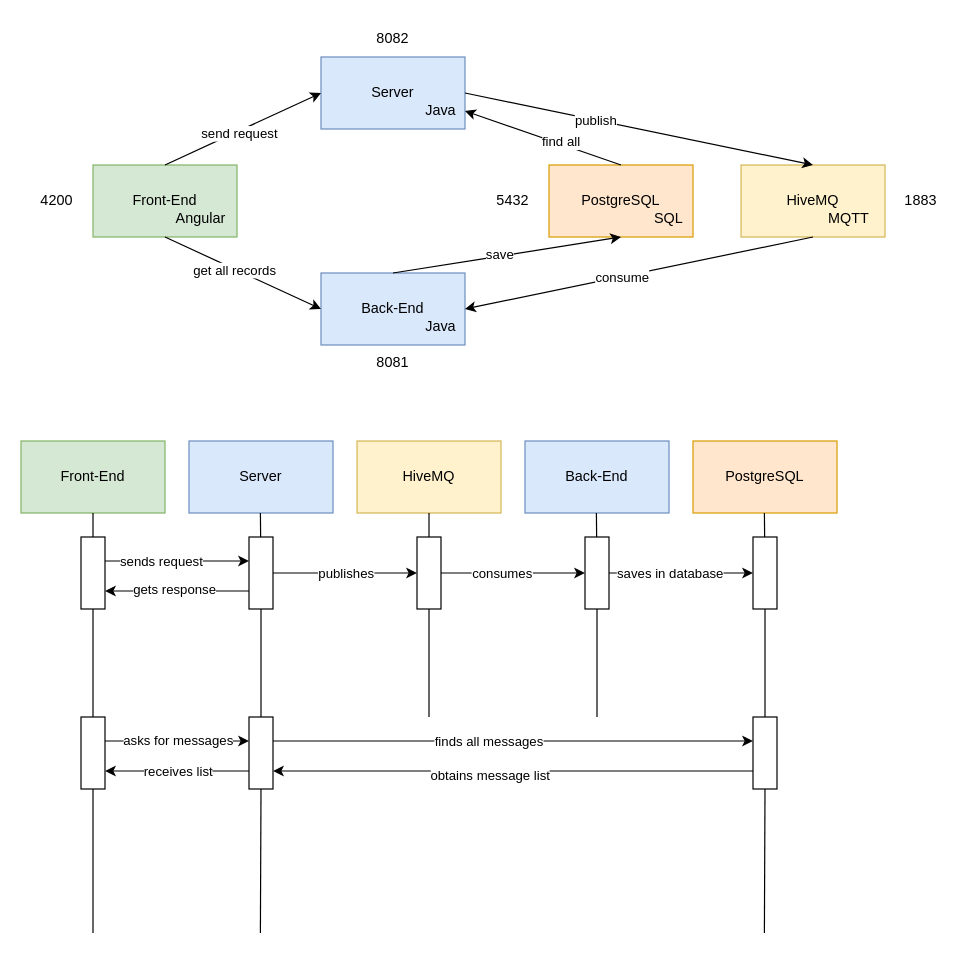
GhiorgheBianca/software-system keeps this draw.io diagram as diagram.drawio. Above is the earlier version. Source tidied: cells renumbered, new cells numbered last; positions are measured from the earlier drawing's top-left corner, leaving out a move shared by most shapes. Both pictures are drawn from the tidied source at 120%, with x=0, y=0 at pixel (20, 20).
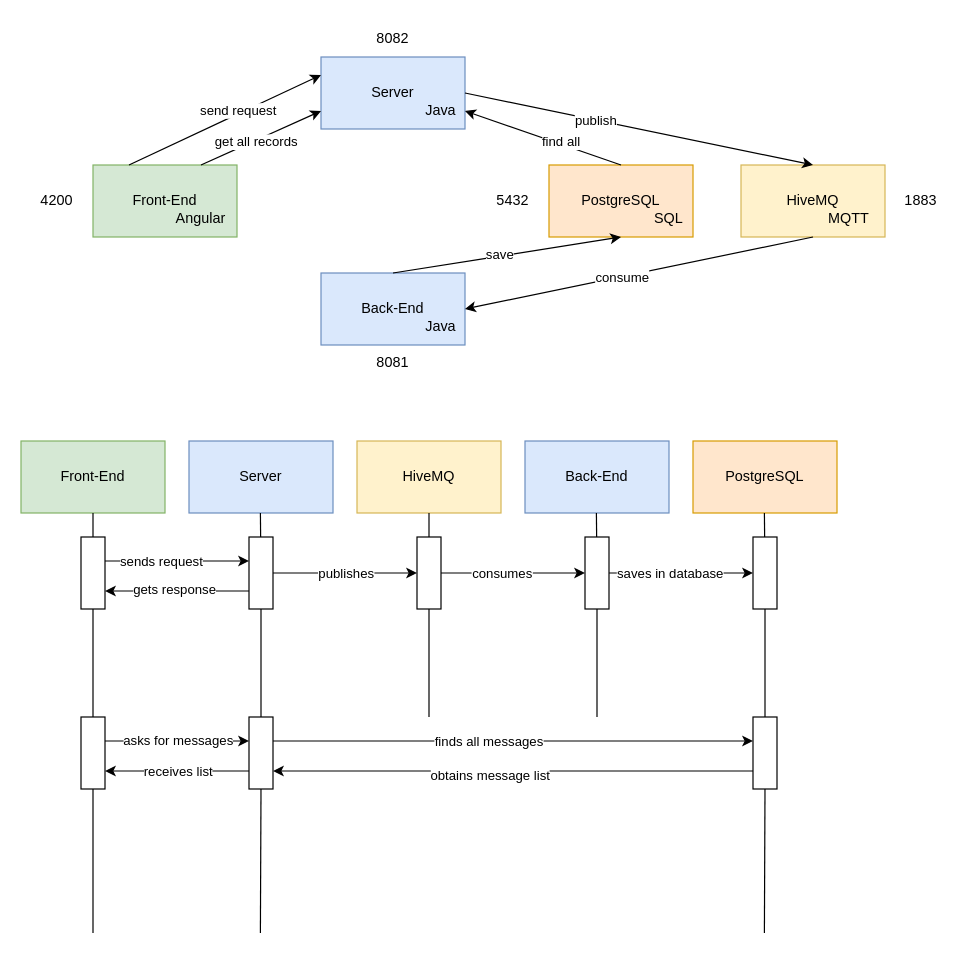
Above is the later version.

The change refers to these unchanged cells:
```xml
<mxCell id="3" style="rounded=0;whiteSpace=wrap;html=1;fillColor=#d5e8d4;strokeColor=#82b366;" parent="1" vertex="1">
  <mxGeometry x="60" y="120" width="120" height="60" as="geometry" />
</mxCell>
<mxCell id="4" style="rounded=0;whiteSpace=wrap;html=1;fillColor=#dae8fc;strokeColor=#6c8ebf;" parent="1" vertex="1">
  <mxGeometry x="250" y="30" width="120" height="60" as="geometry" />
</mxCell>
<mxCell id="5" style="rounded=0;whiteSpace=wrap;html=1;fillColor=#dae8fc;strokeColor=#6c8ebf;" parent="1" vertex="1">
  <mxGeometry x="250" y="210" width="120" height="60" as="geometry" />
</mxCell>
```

What changed in the source:
```diff
@@
-    <mxCell id="11" style="endArrow=classic;html=1;rounded=0;exitX=0.5;exitY=0;exitDx=0;exitDy=0;entryX=0;entryY=0.5;entryDx=0;entryDy=0;" parent="1" edge="1" source="3" target="4">
+    <mxCell id="11" style="endArrow=classic;html=1;rounded=0;exitX=0.25;exitY=0;exitDx=0;exitDy=0;entryX=0;entryY=0.25;entryDx=0;entryDy=0;" parent="1" edge="1" source="3" target="4">
       <mxGeometry relative="1" as="geometry" />
     </mxCell>
     <mxCell id="12" value="send request" style="edgeLabel;html=1;align=center;verticalAlign=middle;" parent="11" vertex="1">
-      <mxGeometry x="-0.06" y="-2" relative="1" as="geometry" />
+      <mxGeometry x="-0.06" y="-2" relative="1" as="geometry">
+        <mxPoint x="14" y="-12" as="offset" />
+      </mxGeometry>
     </mxCell>
-    <mxCell id="13" style="endArrow=classic;html=1;rounded=0;exitX=0.5;exitY=1;exitDx=0;exitDy=0;entryX=0;entryY=0.5;entryDx=0;entryDy=0;" parent="1" edge="1" source="3" target="5">
+    <mxCell id="13" style="endArrow=classic;html=1;rounded=0;exitX=0.75;exitY=0;exitDx=0;exitDy=0;entryX=0;entryY=0.75;entryDx=0;entryDy=0;" parent="1" edge="1" source="3" target="4">
       <mxGeometry relative="1" as="geometry" />
     </mxCell>
```
